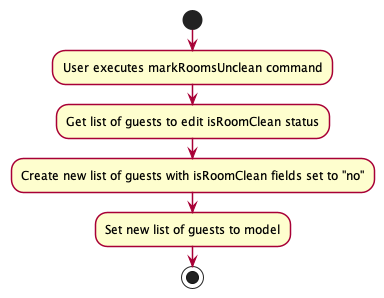
This is docs/images/MarkRoomsUncleanActivityDiagram.png from nus-cs2103-AY2223S1/tp, a PlantUML export, as it was before one commit.
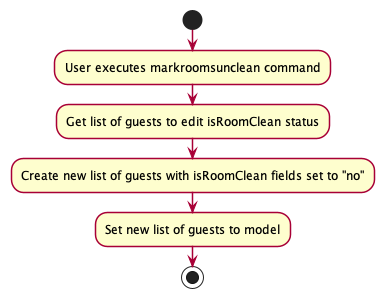
After the change.

Commit message:
Improve user guide

The edit, as a diff of the source:
```diff
@@ -6,7 +6,7 @@
     BorderThickness 1.5
 }
 start
-:User executes markRoomsUnclean command;
+:User executes markroomsunclean command;
 :Get list of guests to edit isRoomClean status;
 :Create new list of guests with isRoomClean fields set to "no";
 :Set new list of guests to model;
```
